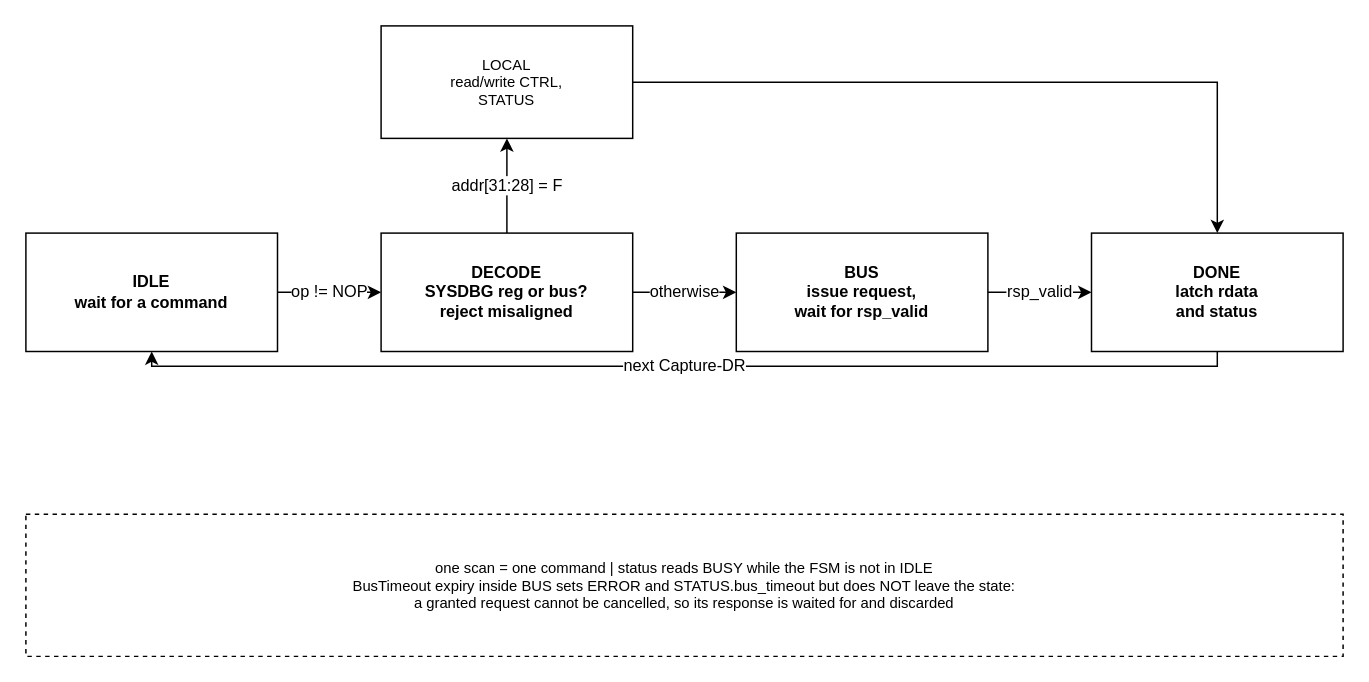
Before: page "SYSDBG command FSM" (3 of 5) of doc/drawio/QNSC_SYSDBG_Design.drawio in quynhonsemiconductor/vlsi_deep_training, a draw.io diagram. Source tidied: cells renumbered, new cells numbered last; positions are measured from the earlier drawing's top-left corner, leaving out a move shared by most shapes. Both pictures are drawn from the tidied source at 148%, with x=0, y=0 at pixel (25, 25).
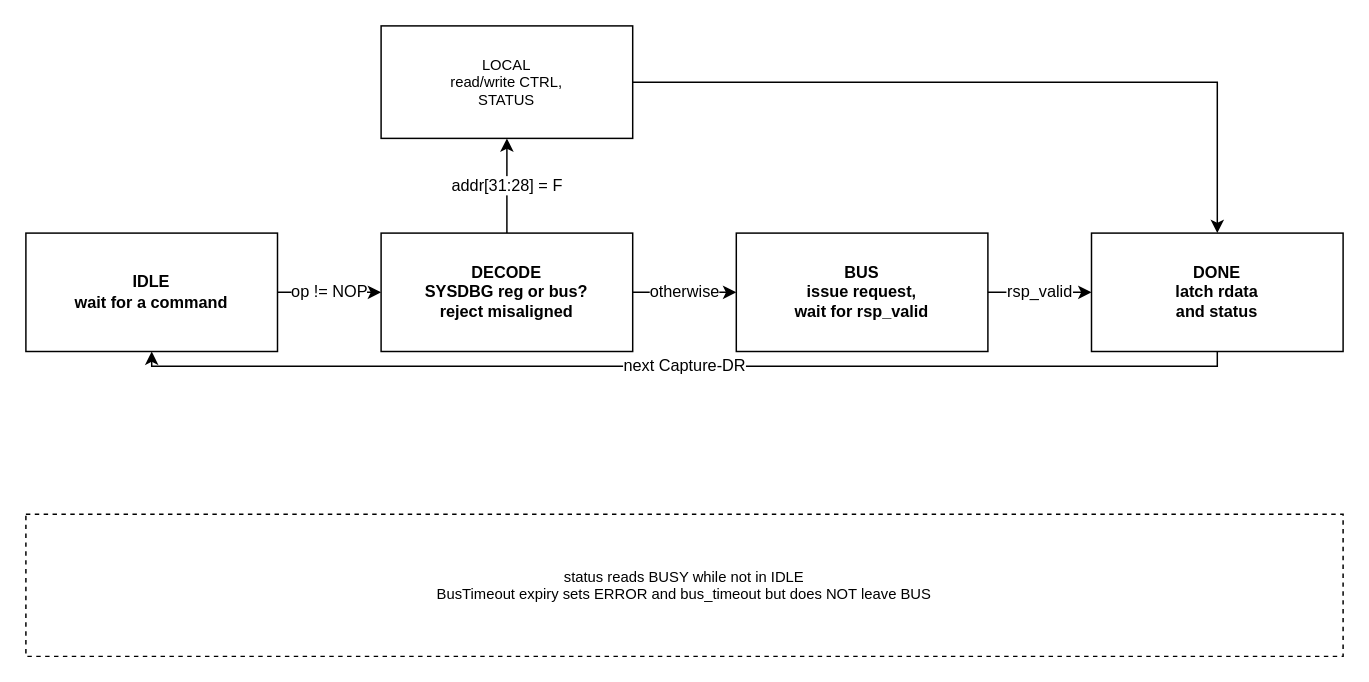
Above is the later version.

The edit, as a diff of the source:
```diff
@@
 <mxGraphModel>
   <root>
     <mxCell id="0" />
     <mxCell id="1" parent="0" />
     <mxCell id="2" value="IDLE&#10;wait for a command" style="rounded=0;whiteSpace=wrap;html=1;fillColor=#ffffff;strokeColor=#000000;fontSize=11;dashed=0;fontStyle=1;verticalAlign=middle;" parent="1" vertex="1">
       <mxGeometry y="140" width="170" height="80" as="geometry" />
     </mxCell>
     <mxCell id="3" value="DECODE&#10;SYSDBG reg or bus?&#10;reject misaligned" style="rounded=0;whiteSpace=wrap;html=1;fillColor=#ffffff;strokeColor=#000000;fontSize=11;dashed=0;fontStyle=1;verticalAlign=middle;" parent="1" vertex="1">
       <mxGeometry x="240" y="140" width="170" height="80" as="geometry" />
     </mxCell>
     <mxCell id="4" value="LOCAL&#10;read/write CTRL,&#10;STATUS" style="rounded=0;whiteSpace=wrap;html=1;fillColor=#ffffff;strokeColor=#000000;fontSize=10;dashed=0;verticalAlign=middle;" parent="1" vertex="1">
       <mxGeometry x="240" width="170" height="76" as="geometry" />
     </mxCell>
     <mxCell id="5" value="BUS&#10;issue request,&#10;wait for rsp_valid" style="rounded=0;whiteSpace=wrap;html=1;fillColor=#ffffff;strokeColor=#000000;fontSize=11;dashed=0;fontStyle=1;verticalAlign=middle;" parent="1" vertex="1">
       <mxGeometry x="480" y="140" width="170" height="80" as="geometry" />
     </mxCell>
     <mxCell id="6" value="DONE&#10;latch rdata&#10;and status" style="rounded=0;whiteSpace=wrap;html=1;fillColor=#ffffff;strokeColor=#000000;fontSize=11;dashed=0;fontStyle=1;verticalAlign=middle;" parent="1" vertex="1">
       <mxGeometry x="720" y="140" width="170" height="80" as="geometry" />
     </mxCell>
-    <mxCell id="7" value="one scan = one command   |   status reads BUSY while the FSM is not in IDLE&#10;BusTimeout expiry inside BUS sets ERROR and STATUS.bus_timeout but does NOT leave the state:&#10;a granted request cannot be cancelled, so its response is waited for and discarded" style="rounded=0;whiteSpace=wrap;html=1;fillColor=none;strokeColor=#000000;fontSize=10;dashed=1;verticalAlign=middle;" parent="1" vertex="1">
+    <mxCell id="7" value="status reads BUSY while not in IDLE&#10;BusTimeout expiry sets ERROR and bus_timeout but does NOT leave BUS" style="rounded=0;whiteSpace=wrap;html=1;fillColor=none;strokeColor=#000000;fontSize=10;dashed=1;verticalAlign=middle;" parent="1" vertex="1">
       <mxGeometry y="330" width="890" height="96" as="geometry" />
     </mxCell>
     <mxCell id="8" value="op != NOP" style="edgeStyle=orthogonalEdgeStyle;rounded=0;html=1;exitX=1.0;exitY=0.5;entryX=0.0;entryY=0.5;exitDx=0;exitDy=0;entryDx=0;entryDy=0;" parent="1" edge="1" source="2" target="3">
       <mxGeometry relative="1" as="geometry" />
     </mxCell>
     <mxCell id="9" value="addr[31:28] = F" style="edgeStyle=orthogonalEdgeStyle;rounded=0;html=1;exitX=0.5;exitY=0.0;entryX=0.5;entryY=1.0;exitDx=0;exitDy=0;entryDx=0;entryDy=0;" parent="1" edge="1" source="3" target="4">
       <mxGeometry relative="1" as="geometry" />
     </mxCell>
     <mxCell id="10" value="otherwise" style="edgeStyle=orthogonalEdgeStyle;rounded=0;html=1;exitX=1.0;exitY=0.5;entryX=0.0;entryY=0.5;exitDx=0;exitDy=0;entryDx=0;entryDy=0;" parent="1" edge="1" source="3" target="5">
       <mxGeometry relative="1" as="geometry" />
     </mxCell>
     <mxCell id="11" style="edgeStyle=orthogonalEdgeStyle;rounded=0;html=1;exitX=1.0;exitY=0.5;entryX=0.5;entryY=0.0;exitDx=0;exitDy=0;entryDx=0;entryDy=0;" parent="1" edge="1" source="4" target="6">
       <mxGeometry relative="1" as="geometry" />
     </mxCell>
     <mxCell id="12" value="rsp_valid" style="edgeStyle=orthogonalEdgeStyle;rounded=0;html=1;exitX=1.0;exitY=0.5;entryX=0.0;entryY=0.5;exitDx=0;exitDy=0;entryDx=0;entryDy=0;" parent="1" edge="1" source="5" target="6">
       <mxGeometry relative="1" as="geometry" />
     </mxCell>
     <mxCell id="13" value="next Capture-DR" style="edgeStyle=orthogonalEdgeStyle;rounded=0;html=1;exitX=0.5;exitY=1.0;entryX=0.5;entryY=1.0;exitDx=0;exitDy=0;entryDx=0;entryDy=0;" parent="1" edge="1" source="6" target="2">
       <mxGeometry relative="1" as="geometry" />
     </mxCell>
   </root>
 </mxGraphModel>
```
